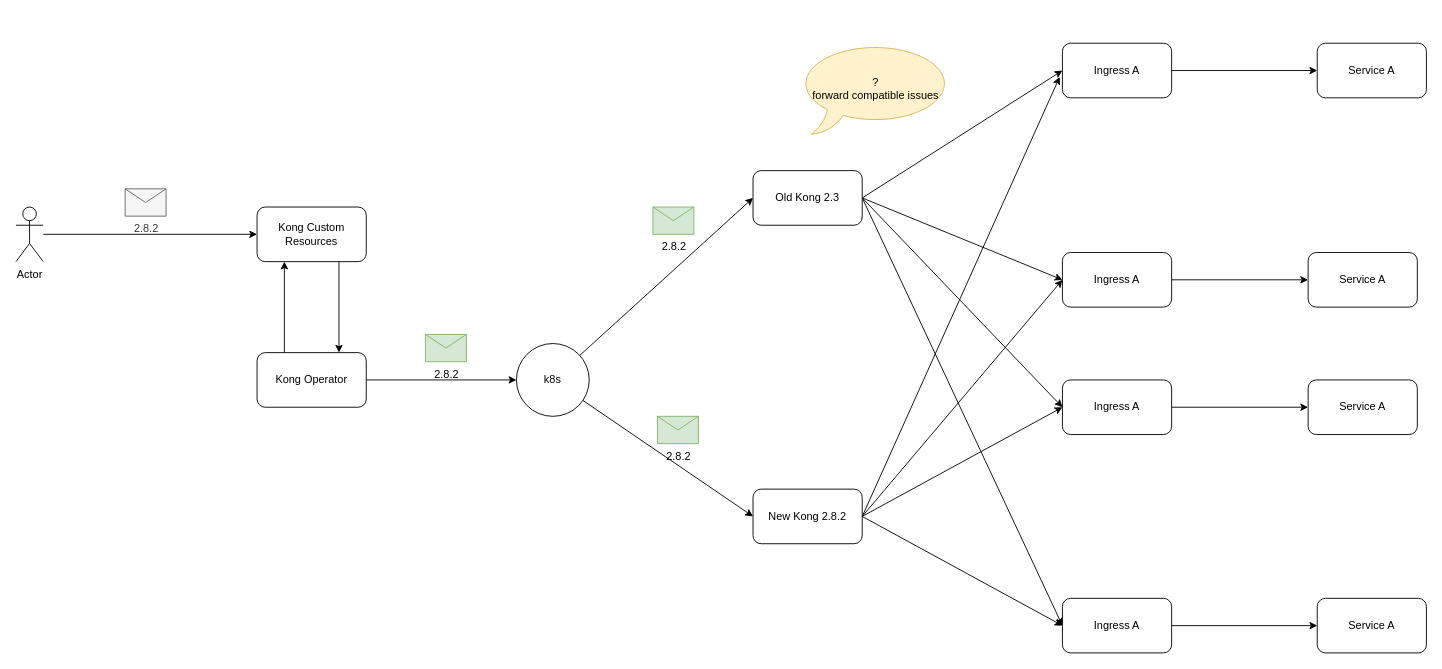
jiangtao7/draw.io keeps this draw.io diagram as kong_crd.drawio. Above is the earlier version. Source tidied: cells renumbered, new cells numbered last; positions are measured from the earlier drawing's top-left corner, leaving out a move shared by most shapes. Both pictures are drawn from the tidied source at 91%, with x=0, y=0 at pixel (15, 43).
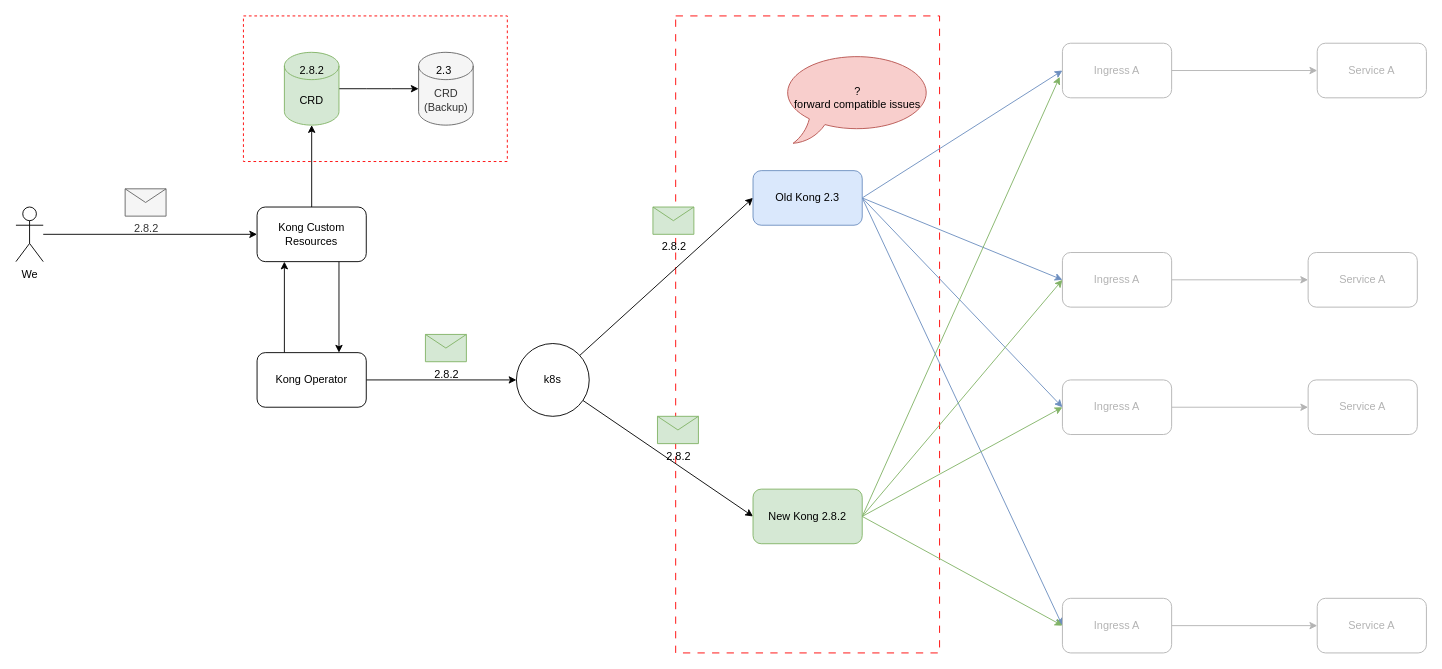
The same page after the edit.

The change refers to these unchanged cells:
```xml
<mxCell id="3" value="Kong Custom Resources" style="rounded=1;whiteSpace=wrap;html=1;" parent="1" vertex="1">
  <mxGeometry x="265" y="180" width="120" height="60" as="geometry" />
</mxCell>
```

Diff of the diagram source:
```diff
@@
+    <mxCell id="39" style="rounded=0;whiteSpace=wrap;html=1;dashed=1;dashPattern=8 8;strokeColor=#FF0000;" parent="1" vertex="1">
+      <mxGeometry x="725" y="-30" width="290" height="700" as="geometry" />
+    </mxCell>
+    <mxCell id="40" style="rounded=0;whiteSpace=wrap;html=1;dashed=1;strokeColor=#FF0000;" parent="1" vertex="1">
+      <mxGeometry x="250" y="-30" width="290" height="160" as="geometry" />
+    </mxCell>
@@
+    <mxCell id="41" style="edgeStyle=none;rounded=0;jettySize=auto;html=1;entryX=0.5;entryY=1;entryDx=0;entryDy=0;entryPerimeter=0;" parent="1" edge="1" source="3" target="43">
+      <mxGeometry relative="1" as="geometry" />
+    </mxCell>
@@
-    <mxCell id="10" style="edgeStyle=none;rounded=0;jettySize=auto;html=1;entryX=0;entryY=0.5;entryDx=0;entryDy=0;exitX=1;exitY=0.5;exitDx=0;exitDy=0;" parent="1" edge="1" source="14" target="23">
+    <mxCell id="10" style="edgeStyle=none;rounded=0;jettySize=auto;html=1;entryX=0;entryY=0.5;entryDx=0;entryDy=0;exitX=1;exitY=0.5;exitDx=0;exitDy=0;fillColor=#dae8fc;strokeColor=#6c8ebf;" parent="1" edge="1" source="14" target="23">
       <mxGeometry relative="1" as="geometry" />
     </mxCell>
-    <mxCell id="11" style="edgeStyle=none;rounded=0;jettySize=auto;html=1;entryX=0;entryY=0.5;entryDx=0;entryDy=0;exitX=1;exitY=0.5;exitDx=0;exitDy=0;" parent="1" edge="1" source="14" target="25">
+    <mxCell id="11" style="edgeStyle=none;rounded=0;jettySize=auto;html=1;entryX=0;entryY=0.5;entryDx=0;entryDy=0;exitX=1;exitY=0.5;exitDx=0;exitDy=0;fillColor=#dae8fc;strokeColor=#6c8ebf;" parent="1" edge="1" source="14" target="25">
       <mxGeometry relative="1" as="geometry" />
     </mxCell>
-    <mxCell id="12" style="edgeStyle=none;rounded=0;jettySize=auto;html=1;entryX=0;entryY=0.5;entryDx=0;entryDy=0;exitX=1;exitY=0.5;exitDx=0;exitDy=0;" parent="1" edge="1" source="14" target="27">
+    <mxCell id="12" style="edgeStyle=none;rounded=0;jettySize=auto;html=1;entryX=0;entryY=0.5;entryDx=0;entryDy=0;exitX=1;exitY=0.5;exitDx=0;exitDy=0;fillColor=#dae8fc;strokeColor=#6c8ebf;" parent="1" edge="1" source="14" target="27">
       <mxGeometry relative="1" as="geometry" />
     </mxCell>
-    <mxCell id="13" style="edgeStyle=none;rounded=0;jettySize=auto;html=1;entryX=0;entryY=0.5;entryDx=0;entryDy=0;exitX=1;exitY=0.5;exitDx=0;exitDy=0;" parent="1" edge="1" source="14" target="29">
+    <mxCell id="13" style="edgeStyle=none;rounded=0;jettySize=auto;html=1;entryX=0;entryY=0.5;entryDx=0;entryDy=0;exitX=1;exitY=0.5;exitDx=0;exitDy=0;fillColor=#dae8fc;strokeColor=#6c8ebf;" parent="1" edge="1" source="14" target="29">
       <mxGeometry relative="1" as="geometry" />
     </mxCell>
-    <mxCell id="14" value="Old Kong 2.3" style="rounded=1;whiteSpace=wrap;html=1;" parent="1" vertex="1">
+    <mxCell id="14" value="Old Kong 2.3" style="rounded=1;whiteSpace=wrap;html=1;fillColor=#dae8fc;strokeColor=#6c8ebf;" parent="1" vertex="1">
       <mxGeometry x="810" y="140" width="120" height="60" as="geometry" />
     </mxCell>
-    <mxCell id="15" style="edgeStyle=none;rounded=0;jettySize=auto;html=1;entryX=-0.025;entryY=0.617;entryDx=0;entryDy=0;entryPerimeter=0;exitX=1;exitY=0.5;exitDx=0;exitDy=0;" parent="1" edge="1" source="19" target="23">
+    <mxCell id="15" style="edgeStyle=none;rounded=0;jettySize=auto;html=1;entryX=-0.025;entryY=0.617;entryDx=0;entryDy=0;entryPerimeter=0;exitX=1;exitY=0.5;exitDx=0;exitDy=0;fillColor=#d5e8d4;strokeColor=#82b366;" parent="1" edge="1" source="19" target="23">
       <mxGeometry relative="1" as="geometry" />
     </mxCell>
-    <mxCell id="16" style="edgeStyle=none;rounded=0;jettySize=auto;html=1;entryX=0;entryY=0.5;entryDx=0;entryDy=0;exitX=1;exitY=0.5;exitDx=0;exitDy=0;" parent="1" edge="1" source="19" target="25">
+    <mxCell id="16" style="edgeStyle=none;rounded=0;jettySize=auto;html=1;entryX=0;entryY=0.5;entryDx=0;entryDy=0;exitX=1;exitY=0.5;exitDx=0;exitDy=0;fillColor=#d5e8d4;strokeColor=#82b366;" parent="1" edge="1" source="19" target="25">
       <mxGeometry relative="1" as="geometry" />
     </mxCell>
-    <mxCell id="17" style="edgeStyle=none;rounded=0;jettySize=auto;html=1;entryX=0;entryY=0.5;entryDx=0;entryDy=0;exitX=1;exitY=0.5;exitDx=0;exitDy=0;" parent="1" edge="1" source="19" target="27">
+    <mxCell id="17" style="edgeStyle=none;rounded=0;jettySize=auto;html=1;entryX=0;entryY=0.5;entryDx=0;entryDy=0;exitX=1;exitY=0.5;exitDx=0;exitDy=0;fillColor=#d5e8d4;strokeColor=#82b366;" parent="1" edge="1" source="19" target="27">
       <mxGeometry relative="1" as="geometry" />
     </mxCell>
-    <mxCell id="18" style="edgeStyle=none;rounded=0;jettySize=auto;html=1;entryX=0;entryY=0.5;entryDx=0;entryDy=0;exitX=1;exitY=0.5;exitDx=0;exitDy=0;" parent="1" edge="1" source="19" target="29">
+    <mxCell id="18" style="edgeStyle=none;rounded=0;jettySize=auto;html=1;entryX=0;entryY=0.5;entryDx=0;entryDy=0;exitX=1;exitY=0.5;exitDx=0;exitDy=0;fillColor=#d5e8d4;strokeColor=#82b366;" parent="1" edge="1" source="19" target="29">
       <mxGeometry relative="1" as="geometry" />
     </mxCell>
-    <mxCell id="19" value="New Kong 2.8.2" style="rounded=1;whiteSpace=wrap;html=1;" parent="1" vertex="1">
+    <mxCell id="19" value="New Kong 2.8.2" style="rounded=1;whiteSpace=wrap;html=1;fillColor=#d5e8d4;strokeColor=#82b366;" parent="1" vertex="1">
       <mxGeometry x="810" y="490" width="120" height="60" as="geometry" />
     </mxCell>
@@
-    <mxCell id="21" value="Actor" style="shape=umlActor;verticalLabelPosition=bottom;verticalAlign=top;html=1;outlineConnect=0;" parent="1" vertex="1">
+    <mxCell id="21" value="We" style="shape=umlActor;verticalLabelPosition=bottom;verticalAlign=top;html=1;outlineConnect=0;" parent="1" vertex="1">
       <mxGeometry y="180" width="30" height="60" as="geometry" />
     </mxCell>
-    <mxCell id="22" style="edgeStyle=none;rounded=0;jettySize=auto;html=1;entryX=0;entryY=0.5;entryDx=0;entryDy=0;" parent="1" edge="1" source="23" target="30">
+    <mxCell id="22" style="edgeStyle=none;rounded=0;jettySize=auto;html=1;entryX=0;entryY=0.5;entryDx=0;entryDy=0;strokeColor=#B3B3B3;fontColor=#B3B3B3;" parent="1" edge="1" source="23" target="30">
       <mxGeometry relative="1" as="geometry" />
     </mxCell>
-    <mxCell id="23" value="Ingress A" style="rounded=1;whiteSpace=wrap;html=1;" parent="1" vertex="1">
+    <mxCell id="23" value="Ingress A" style="rounded=1;whiteSpace=wrap;html=1;strokeColor=#B3B3B3;fontColor=#B3B3B3;" parent="1" vertex="1">
       <mxGeometry x="1150" width="120" height="60" as="geometry" />
     </mxCell>
-    <mxCell id="24" style="edgeStyle=none;rounded=0;jettySize=auto;html=1;entryX=0;entryY=0.5;entryDx=0;entryDy=0;" parent="1" edge="1" source="25" target="31">
+    <mxCell id="24" style="edgeStyle=none;rounded=0;jettySize=auto;html=1;entryX=0;entryY=0.5;entryDx=0;entryDy=0;strokeColor=#B3B3B3;fontColor=#B3B3B3;" parent="1" edge="1" source="25" target="31">
       <mxGeometry relative="1" as="geometry" />
     </mxCell>
-    <mxCell id="25" value="Ingress A" style="rounded=1;whiteSpace=wrap;html=1;" parent="1" vertex="1">
+    <mxCell id="25" value="Ingress A" style="rounded=1;whiteSpace=wrap;html=1;strokeColor=#B3B3B3;fontColor=#B3B3B3;" parent="1" vertex="1">
       <mxGeometry x="1150" y="230" width="120" height="60" as="geometry" />
     </mxCell>
-    <mxCell id="26" style="edgeStyle=none;rounded=0;jettySize=auto;html=1;entryX=0;entryY=0.5;entryDx=0;entryDy=0;" parent="1" edge="1" source="27" target="32">
+    <mxCell id="26" style="edgeStyle=none;rounded=0;jettySize=auto;html=1;entryX=0;entryY=0.5;entryDx=0;entryDy=0;strokeColor=#B3B3B3;fontColor=#B3B3B3;" parent="1" edge="1" source="27" target="32">
       <mxGeometry relative="1" as="geometry" />
     </mxCell>
-    <mxCell id="27" value="Ingress A" style="rounded=1;whiteSpace=wrap;html=1;" parent="1" vertex="1">
+    <mxCell id="27" value="Ingress A" style="rounded=1;whiteSpace=wrap;html=1;strokeColor=#B3B3B3;fontColor=#B3B3B3;" parent="1" vertex="1">
       <mxGeometry x="1150" y="370" width="120" height="60" as="geometry" />
     </mxCell>
-    <mxCell id="28" style="edgeStyle=none;rounded=0;jettySize=auto;html=1;entryX=0;entryY=0.5;entryDx=0;entryDy=0;" parent="1" edge="1" source="29" target="33">
+    <mxCell id="28" style="edgeStyle=none;rounded=0;jettySize=auto;html=1;entryX=0;entryY=0.5;entryDx=0;entryDy=0;strokeColor=#B3B3B3;fontColor=#B3B3B3;" parent="1" edge="1" source="29" target="33">
       <mxGeometry relative="1" as="geometry" />
     </mxCell>
-    <mxCell id="29" value="Ingress A" style="rounded=1;whiteSpace=wrap;html=1;" parent="1" vertex="1">
+    <mxCell id="29" value="Ingress A" style="rounded=1;whiteSpace=wrap;html=1;strokeColor=#B3B3B3;fontColor=#B3B3B3;" parent="1" vertex="1">
       <mxGeometry x="1150" y="610" width="120" height="60" as="geometry" />
     </mxCell>
-    <mxCell id="30" value="Service A" style="rounded=1;whiteSpace=wrap;html=1;" parent="1" vertex="1">
+    <mxCell id="30" value="Service A" style="rounded=1;whiteSpace=wrap;html=1;strokeColor=#B3B3B3;fontColor=#B3B3B3;" parent="1" vertex="1">
       <mxGeometry x="1430" width="120" height="60" as="geometry" />
     </mxCell>
-    <mxCell id="31" value="Service A" style="rounded=1;whiteSpace=wrap;html=1;" parent="1" vertex="1">
+    <mxCell id="31" value="Service A" style="rounded=1;whiteSpace=wrap;html=1;strokeColor=#B3B3B3;fontColor=#B3B3B3;" parent="1" vertex="1">
       <mxGeometry x="1420" y="230" width="120" height="60" as="geometry" />
     </mxCell>
-    <mxCell id="32" value="Service A" style="rounded=1;whiteSpace=wrap;html=1;" parent="1" vertex="1">
+    <mxCell id="32" value="Service A" style="rounded=1;whiteSpace=wrap;html=1;strokeColor=#B3B3B3;fontColor=#B3B3B3;" parent="1" vertex="1">
       <mxGeometry x="1420" y="370" width="120" height="60" as="geometry" />
     </mxCell>
-    <mxCell id="33" value="Service A" style="rounded=1;whiteSpace=wrap;html=1;" parent="1" vertex="1">
+    <mxCell id="33" value="Service A" style="rounded=1;whiteSpace=wrap;html=1;strokeColor=#B3B3B3;fontColor=#B3B3B3;" parent="1" vertex="1">
       <mxGeometry x="1430" y="610" width="120" height="60" as="geometry" />
     </mxCell>
@@
-    <mxCell id="38" value="?&lt;br&gt;forward compatible issues" style="whiteSpace=wrap;html=1;shape=mxgraph.basic.oval_callout;fillColor=#fff2cc;strokeColor=#d6b656;" parent="1" vertex="1">
-      <mxGeometry x="860" width="170" height="100" as="geometry" />
+    <mxCell id="38" value="?&lt;br&gt;forward compatible issues" style="whiteSpace=wrap;html=1;shape=mxgraph.basic.oval_callout;fillColor=#f8cecc;strokeColor=#b85450;" parent="1" vertex="1">
+      <mxGeometry x="840" y="10" width="170" height="100" as="geometry" />
     </mxCell>
+    <mxCell id="42" style="edgeStyle=entityRelationEdgeStyle;rounded=0;jettySize=auto;html=1;entryX=0;entryY=0.5;entryDx=0;entryDy=0;entryPerimeter=0;" parent="1" edge="1" source="43" target="44">
+      <mxGeometry relative="1" as="geometry" />
+    </mxCell>
+    <mxCell id="43" value="CRD" style="shape=cylinder3;whiteSpace=wrap;html=1;boundedLbl=1;backgroundOutline=1;size=15;fillColor=#d5e8d4;strokeColor=#82b366;" parent="1" vertex="1">
+      <mxGeometry x="295" y="10" width="60" height="80" as="geometry" />
+    </mxCell>
+    <mxCell id="44" value="CRD (Backup)" style="shape=cylinder3;whiteSpace=wrap;html=1;boundedLbl=1;backgroundOutline=1;size=15;fillColor=#f5f5f5;fontColor=#333333;strokeColor=#666666;" parent="1" vertex="1">
+      <mxGeometry x="442.5" y="10" width="60" height="80" as="geometry" />
+    </mxCell>
+    <mxCell id="45" value="2.8.2" style="text;html=1;align=center;verticalAlign=middle;strokeColor=none;fillColor=none;" parent="1" vertex="1">
+      <mxGeometry x="300" y="15" width="50" height="30" as="geometry" />
+    </mxCell>
+    <mxCell id="46" value="2.3" style="text;html=1;align=center;verticalAlign=middle;strokeColor=none;fillColor=none;" parent="1" vertex="1">
+      <mxGeometry x="450" y="15" width="40" height="30" as="geometry" />
+    </mxCell>
```
